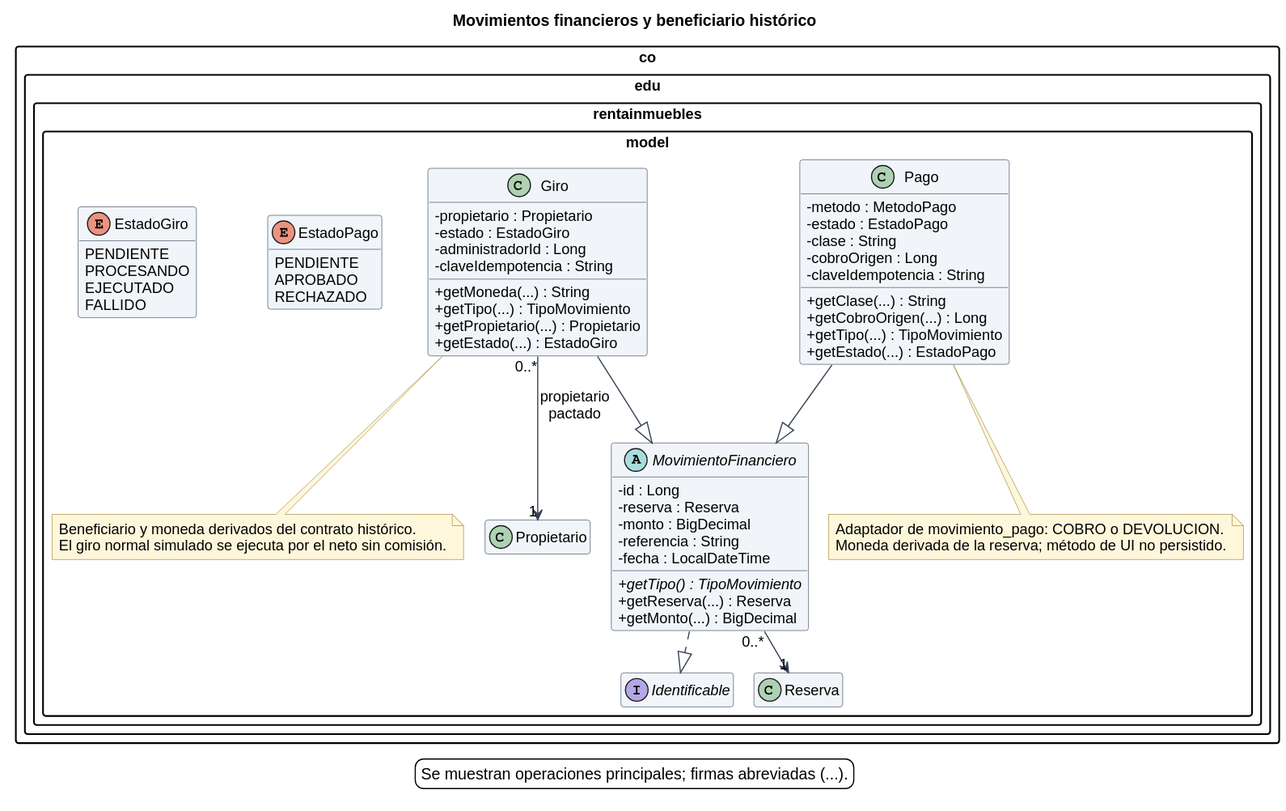
Earlier version of the PlantUML export docs/diagramas/16_clases_finanzas.svg (Davidjp11p07/DayNest).
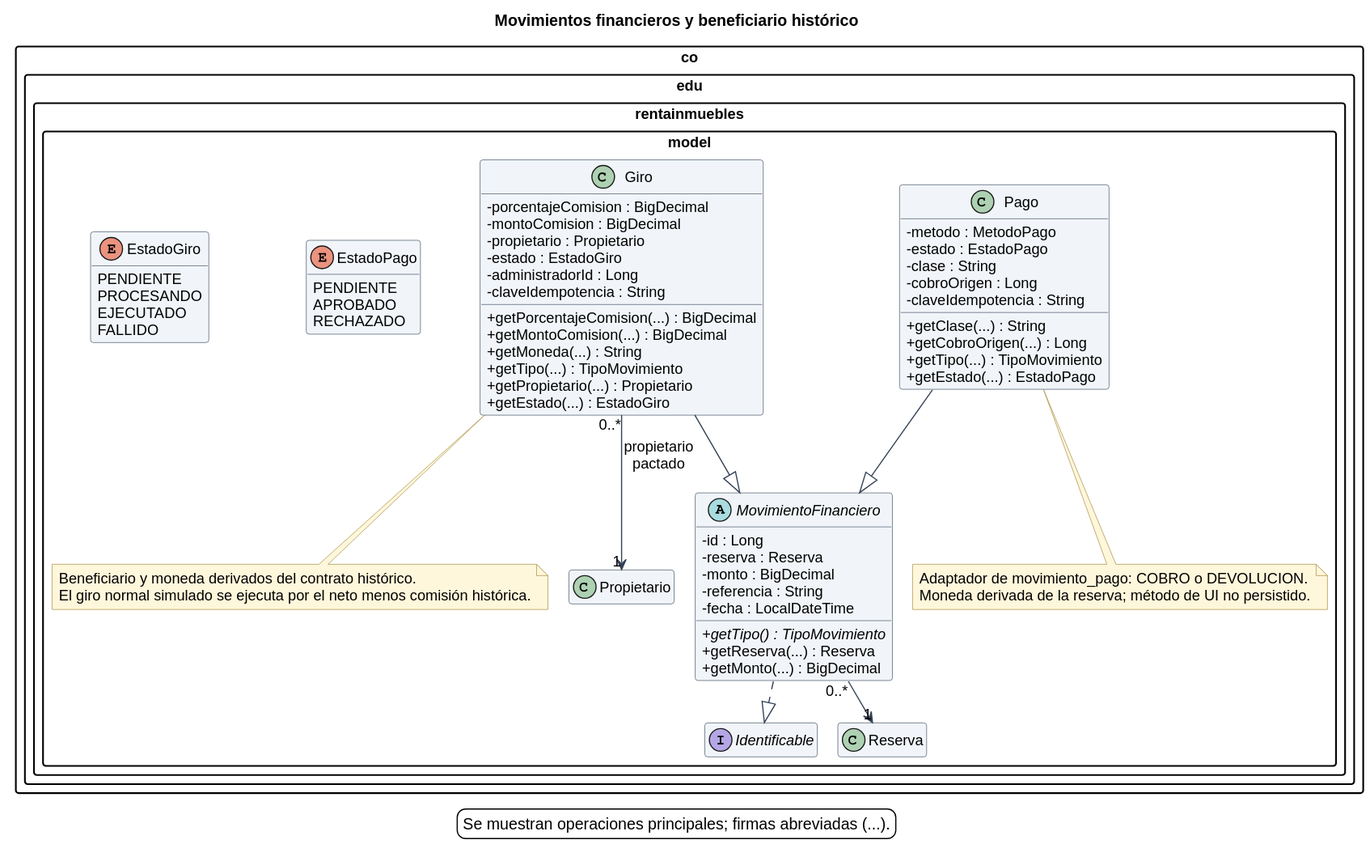
The same file after the commit.

What changed in the source:
```diff
@@ -27,6 +27,10 @@
   +getEstado(...) : EstadoPago
 }
 class Giro {
+  -porcentajeComision : BigDecimal
+  -montoComision : BigDecimal
+  +getPorcentajeComision(...) : BigDecimal
+  +getMontoComision(...) : BigDecimal
   -propietario : Propietario
   -estado : EstadoGiro
   -administradorId : Long
@@ -58,7 +62,7 @@
 end note
 note bottom of Giro
   Beneficiario y moneda derivados del contrato histórico.
-  El giro normal simulado se ejecuta por el neto sin comisión.
+  El giro normal simulado se ejecuta por el neto menos comisión histórica.
 end note
 }
 legend bottom
```
